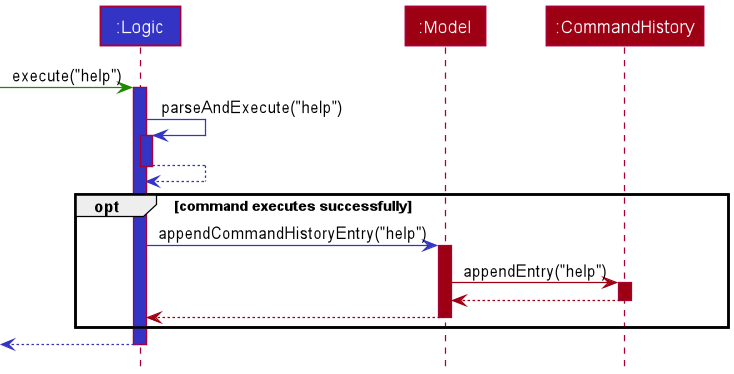
The PlantUML diagram docs/images/commandhistory/CmdHistUpdateSequenceDiagram.png in nus-cs2103-AY2021S2/tp, before a commit. Source of this version:
```plantuml
@startuml
!include ../style.puml

Participant ":Logic" as logic LOGIC_COLOR
Participant ":Model" as model MODEL_COLOR
Participant ":CommandHistory" as cmdHist MODEL_COLOR

-[UI_COLOR]> logic : execute("help")
activate logic LOGIC_COLOR

logic -[LOGIC_COLOR]> logic : parseAndExecute("help")
activate logic LOGIC_COLOR

logic -[LOGIC_COLOR]-> logic
deactivate logic

opt command executes successfully
logic -[LOGIC_COLOR]> model : appendCommandHistoryEntry("help")
activate model MODEL_COLOR

model -[MODEL_COLOR]> cmdHist : appendEntry("help")
activate cmdHist MODEL_COLOR

model <-[MODEL_COLOR]- cmdHist
deactivate cmdHist

model -[MODEL_COLOR]-> logic
deactivate model
end

<-[LOGIC_COLOR]- logic
deactivate logic

@enduml
```
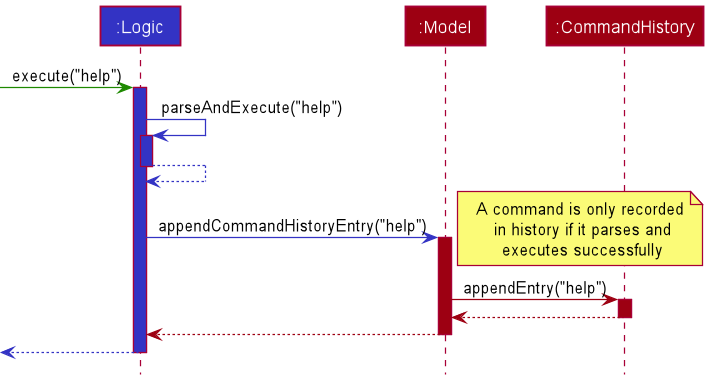
After the commit.

Commit message:
Command History: Remove opt frame from seq diagrams

Change to the diagram source:
```diff
@@ -14,8 +14,8 @@
 logic -[LOGIC_COLOR]-> logic
 deactivate logic
 
-opt command executes successfully
 logic -[LOGIC_COLOR]> model : appendCommandHistoryEntry("help")
+note right: A command is only recorded\n in history if it parses and\n executes successfully
 activate model MODEL_COLOR
 
 model -[MODEL_COLOR]> cmdHist : appendEntry("help")
@@ -26,7 +26,6 @@
 
 model -[MODEL_COLOR]-> logic
 deactivate model
-end
 
 <-[LOGIC_COLOR]- logic
 deactivate logic
```
